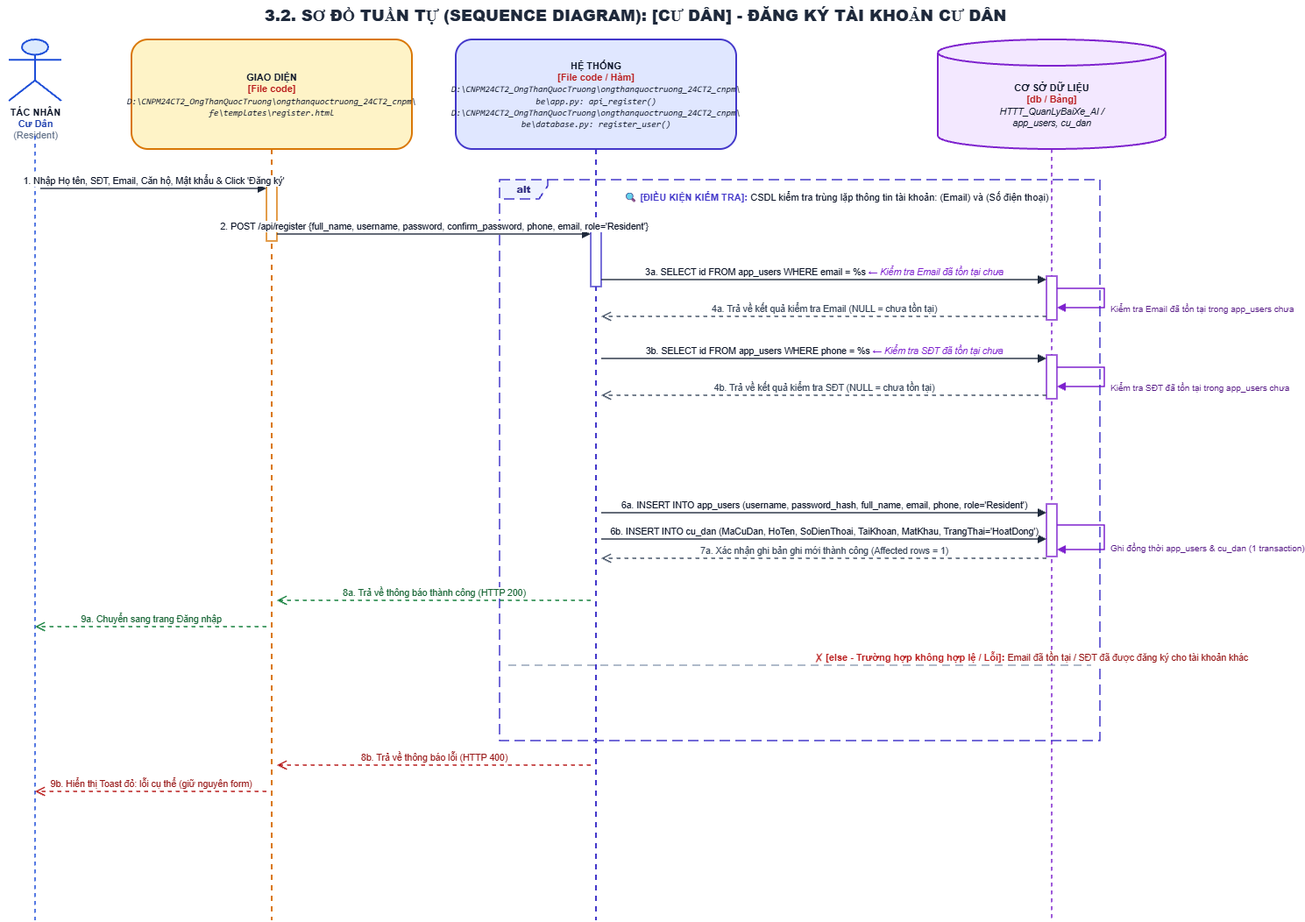
Above: ongthanquoctruong_24CT2_cnpm/docs/Tuần Tự/chức năng đăng ký người dùng.drawio.png in Truong027/CNPM24 (draw.io), before the change. Source tidied: cells renumbered, new cells last; positions are measured from the earlier drawing's top-left corner, leaving out a move shared by most shapes.
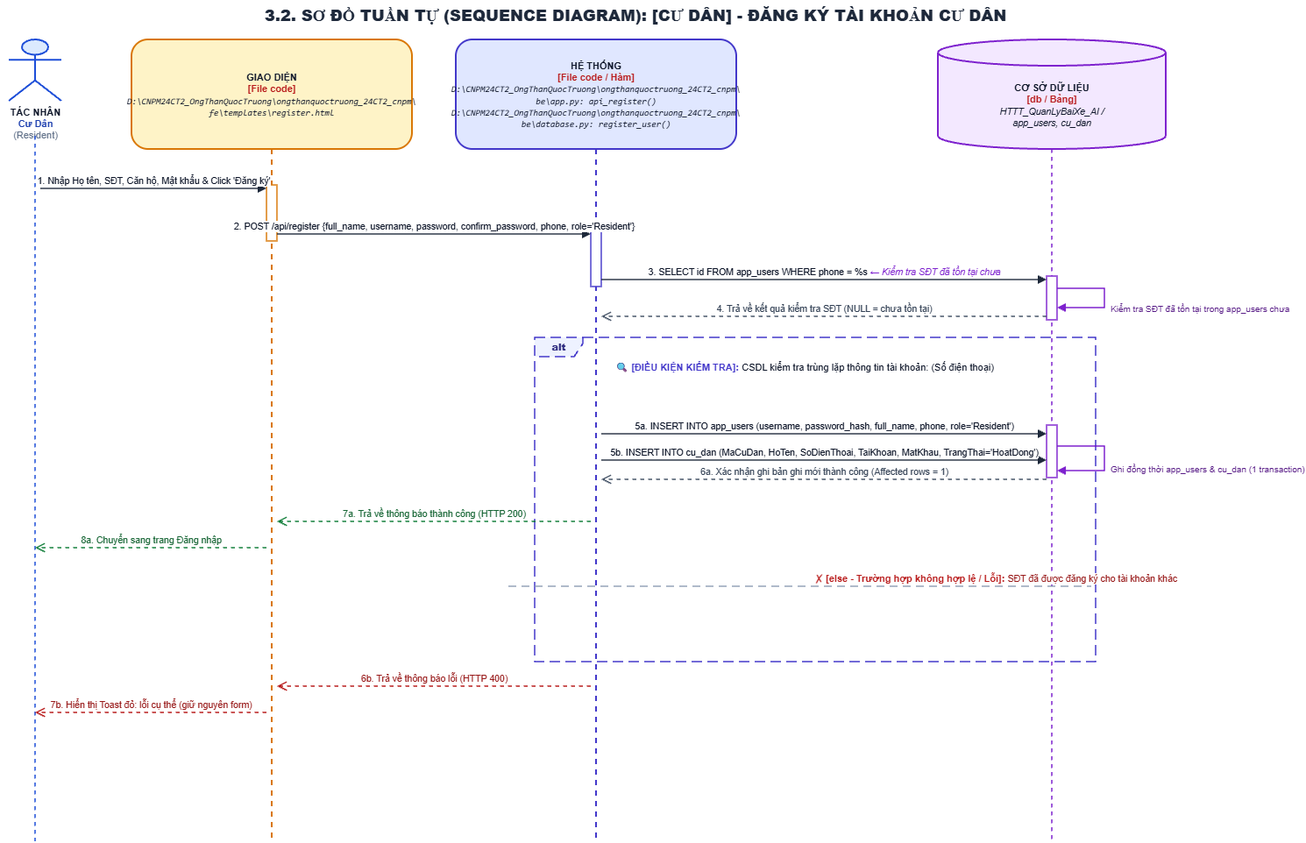
After the commit.

Change to the diagram source:
```diff
@@ -11,25 +11,25 @@
     <mxCell id="4" style="endArrow=none;dashed=1;html=1;strokeWidth=1.5;strokeColor=#1D4ED8;" parent="1" edge="1">
       <mxGeometry relative="1" as="geometry">
         <mxPoint x="40" y="155" as="sourcePoint" />
-        <mxPoint x="40" y="1050" as="targetPoint" />
+        <mxPoint x="40" y="960" as="targetPoint" />
       </mxGeometry>
     </mxCell>
     <mxCell id="5" value="&lt;b&gt;GIAO DIỆN&lt;/b&gt;&lt;br/&gt;&lt;font color='#B91C1C'&gt;&lt;b&gt;[File code]&lt;/b&gt;&lt;/font&gt;&lt;br/&gt;&lt;font style='font-size: 10px; font-family: Consolas, monospace;'&gt;&lt;i&gt;D:\CNPM24CT2_OngThanQuocTruong\ongthanquoctruong_24CT2_cnpm\&lt;br/&gt;fe\templates\register.html&lt;/i&gt;&lt;/font&gt;" style="shape=umlLifeline;perimeter=lifelinePerimeter;whiteSpace=wrap;html=1;size=125;fillColor=#FEF3C7;strokeColor=#D97706;strokeWidth=2;fontColor=#0F172A;rounded=1;shadow=0;fontSize=11;align=center;" parent="1" vertex="1">
-      <mxGeometry x="150" y="45" width="320" height="1005" as="geometry" />
+      <mxGeometry x="150" y="45" width="320" height="915" as="geometry" />
     </mxCell>
-    <mxCell id="6" value="9b. Hiển thị Toast đỏ: lỗi cụ thể (giữ nguyên form)" style="html=1;verticalAlign=bottom;endArrow=open;dashed=1;endSize=8;rounded=0;strokeColor=#B91C1C;strokeWidth=1.5;fontColor=#991B1B;fontSize=10.5;" parent="5" edge="1">
+    <mxCell id="6" value="7b. Hiển thị Toast đỏ: lỗi cụ thể (giữ nguyên form)" style="html=1;verticalAlign=bottom;endArrow=open;dashed=1;endSize=8;rounded=0;strokeColor=#B91C1C;strokeWidth=1.5;fontColor=#991B1B;fontSize=10.5;" parent="5" edge="1">
       <mxGeometry relative="1" as="geometry">
-        <mxPoint x="154" y="858" as="sourcePoint" />
-        <mxPoint x="-110" y="858" as="targetPoint" />
+        <mxPoint x="154" y="768" as="sourcePoint" />
+        <mxPoint x="-110" y="768" as="targetPoint" />
       </mxGeometry>
     </mxCell>
     <mxCell id="7" value="&lt;b&gt;HỆ THỐNG&lt;/b&gt;&lt;br/&gt;&lt;font color='#B91C1C'&gt;&lt;b&gt;[File code / Hàm]&lt;/b&gt;&lt;/font&gt;&lt;br/&gt;&lt;font style='font-size: 10px; font-family: Consolas, monospace;'&gt;&lt;i&gt;D:\CNPM24CT2_OngThanQuocTruong\ongthanquoctruong_24CT2_cnpm\&lt;br/&gt;be\app.py: api_register()&lt;br/&gt;D:\CNPM24CT2_OngThanQuocTruong\ongthanquoctruong_24CT2_cnpm\&lt;br/&gt;be\database.py: register_user()&lt;/i&gt;&lt;/font&gt;" style="shape=umlLifeline;perimeter=lifelinePerimeter;whiteSpace=wrap;html=1;size=125;fillColor=#E0E7FF;strokeColor=#4338CA;strokeWidth=2;fontColor=#0F172A;rounded=1;shadow=0;fontSize=11;align=center;" parent="1" vertex="1">
-      <mxGeometry x="520" y="45" width="320" height="1005" as="geometry" />
+      <mxGeometry x="520" y="45" width="320" height="915" as="geometry" />
     </mxCell>
-    <mxCell id="8" value="8b. Trả về thông báo lỗi (HTTP 400)" style="html=1;verticalAlign=bottom;endArrow=open;dashed=1;endSize=8;rounded=0;strokeColor=#B91C1C;strokeWidth=1.5;fontColor=#991B1B;fontSize=10.5;" parent="7" edge="1">
+    <mxCell id="8" value="6b. Trả về thông báo lỗi (HTTP 400)" style="html=1;verticalAlign=bottom;endArrow=open;dashed=1;endSize=8;rounded=0;strokeColor=#B91C1C;strokeWidth=1.5;fontColor=#991B1B;fontSize=10.5;" parent="7" edge="1">
       <mxGeometry relative="1" as="geometry">
-        <mxPoint x="154" y="828" as="sourcePoint" />
-        <mxPoint x="-204" y="828" as="targetPoint" />
+        <mxPoint x="154" y="738" as="sourcePoint" />
+        <mxPoint x="-204" y="738" as="targetPoint" />
       </mxGeometry>
     </mxCell>
     <mxCell id="9" value="&lt;b&gt;CƠ SỞ DỮ LIỆU&lt;/b&gt;&lt;br/&gt;&lt;font color='#B91C1C'&gt;&lt;b&gt;[db / Bảng]&lt;/b&gt;&lt;/font&gt;&lt;br/&gt;&lt;font style='font-size: 10.5px;'&gt;&lt;i&gt;HTTT_QuanLyBaiXe_AI /&lt;br/&gt;app_users, cu_dan&lt;/i&gt;&lt;/font&gt;" style="shape=cylinder3;whiteSpace=wrap;html=1;boundedLbl=1;backgroundOutline=1;size=15;fillColor=#F3E8FF;strokeColor=#7E22CE;strokeWidth=2;fontColor=#0F172A;align=center;fontSize=11;" parent="1" vertex="1">
@@ -38,19 +38,19 @@
     <mxCell id="10" style="endArrow=none;dashed=1;html=1;strokeWidth=1.5;strokeColor=#7E22CE;" parent="1" edge="1">
       <mxGeometry relative="1" as="geometry">
         <mxPoint x="1200" y="170" as="sourcePoint" />
-        <mxPoint x="1200" y="1050" as="targetPoint" />
+        <mxPoint x="1200" y="960" as="targetPoint" />
       </mxGeometry>
     </mxCell>
     <mxCell id="11" value="&lt;b&gt;alt&lt;/b&gt;" style="shape=umlFrame;whiteSpace=wrap;html=1;width=55;height=22;dashed=1;dashPattern=8 4;strokeColor=#4338CA;fillColor=#EEF2FF;strokeWidth=1.5;align=center;verticalAlign=middle;fontStyle=1;fontSize=11;fontColor=#312E81;" parent="1" vertex="1">
-      <mxGeometry x="570" y="205" width="685" height="640" as="geometry" />
+      <mxGeometry x="610" y="385" width="640" height="370" as="geometry" />
     </mxCell>
-    <mxCell id="12" value="&lt;b&gt;&lt;font color='#4338CA' style='font-size: 11px;'&gt;🔍 [ĐIỀU KIỆN KIỂM TRA]:&lt;/font&gt;&lt;/b&gt; &lt;font color='#0F172A' style='font-size: 11px;'&gt;CSDL kiểm tra trùng lặp thông tin tài khoản: (Email) và (Số điện thoại)&lt;/font&gt;" style="text;html=1;strokeColor=none;fillColor=none;align=left;verticalAlign=top;whiteSpace=wrap;rounded=0;" parent="1" vertex="1">
-      <mxGeometry x="710" y="211" width="540" height="24" as="geometry" />
+    <mxCell id="12" value="&lt;b&gt;&lt;font color='#4338CA' style='font-size: 11px;'&gt;🔍 [ĐIỀU KIỆN KIỂM TRA]:&lt;/font&gt;&lt;/b&gt; &lt;font color='#0F172A' style='font-size: 11px;'&gt;CSDL kiểm tra trùng lặp thông tin tài khoản: (Số điện thoại)&lt;/font&gt;" style="text;html=1;strokeColor=none;fillColor=none;align=left;verticalAlign=top;whiteSpace=wrap;rounded=0;" parent="1" vertex="1">
+      <mxGeometry x="700" y="405" width="540" height="24" as="geometry" />
     </mxCell>
-    <mxCell id="13" value="&lt;b&gt;&lt;font color='#B91C1C' style='font-size: 11px;'&gt;✗ [else - Trường hợp không hợp lệ / Lỗi]:&lt;/font&gt;&lt;/b&gt; &lt;font color='#991B1B' style='font-size: 10.5px;'&gt;Email đã tồn tại / SĐT đã được đăng ký cho tài khoản khác&lt;/font&gt;" style="html=1;strokeWidth=1.5;strokeColor=#94A3B8;dashed=1;dashPattern=6 4;endArrow=none;align=left;verticalAlign=bottom;spacingLeft=15;" parent="1" edge="1">
+    <mxCell id="13" value="&lt;b&gt;&lt;font color='#B91C1C' style='font-size: 11px;'&gt;✗ [else - Trường hợp không hợp lệ / Lỗi]:&lt;/font&gt;&lt;/b&gt; &lt;font color='#991B1B' style='font-size: 10.5px;'&gt;SĐT đã được đăng ký cho tài khoản khác&lt;/font&gt;" style="html=1;strokeWidth=1.5;strokeColor=#94A3B8;dashed=1;dashPattern=6 4;endArrow=none;align=left;verticalAlign=bottom;spacingLeft=15;" parent="1" edge="1">
       <mxGeometry relative="1" as="geometry">
-        <mxPoint x="580" y="759" as="sourcePoint" />
-        <mxPoint x="1245" y="759" as="targetPoint" />
+        <mxPoint x="580" y="669" as="sourcePoint" />
+        <mxPoint x="1245" y="669" as="targetPoint" />
       </mxGeometry>
     </mxCell>
     <mxCell id="14" style="html=1;perimeter=orthogonalPerimeter;targetShapes=umlLifeline;topToBottom=1;fillColor=#FFFFFF;strokeColor=#D97706;strokeWidth=1.5;rounded=0;" parent="1" vertex="1">
@@ -59,110 +59,85 @@
     <mxCell id="15" style="html=1;perimeter=orthogonalPerimeter;targetShapes=umlLifeline;topToBottom=1;fillColor=#FFFFFF;strokeColor=#4338CA;strokeWidth=1.5;rounded=0;" parent="1" vertex="1">
       <mxGeometry x="674" y="263" width="12" height="64" as="geometry" />
     </mxCell>
-    <mxCell id="16" style="html=1;perimeter=orthogonalPerimeter;targetShapes=umlLifeline;topToBottom=1;fillColor=#FFFFFF;strokeColor=#7E22CE;strokeWidth=1.5;rounded=0;" parent="1" vertex="1">
-      <mxGeometry x="1194" y="315" width="12" height="50" as="geometry" />
-    </mxCell>
-    <mxCell id="17" value="Kiểm tra Email đã tồn tại trong app_users chưa" style="html=1;align=left;spacingLeft=5;verticalAlign=top;endArrow=block;rounded=0;edgeStyle=orthogonalEdgeStyle;curved=0;strokeColor=#7E22CE;strokeWidth=1.5;fontColor=#581C87;fontSize=10;exitX=1;exitY=0.3;exitDx=0;exitDy=0;entryX=1;entryY=0.7;entryDx=0;entryDy=0;" parent="1" edge="1">
-      <mxGeometry relative="1" as="geometry">
-        <mxPoint x="1206" y="329" as="sourcePoint" />
-        <mxPoint x="1206" y="351" as="targetPoint" />
-        <Array as="points">
-          <mxPoint x="1260" y="329" />
-          <mxPoint x="1260" y="351" />
-        </Array>
-      </mxGeometry>
-    </mxCell>
     <mxCell id="18" style="html=1;perimeter=orthogonalPerimeter;targetShapes=umlLifeline;topToBottom=1;fillColor=#FFFFFF;strokeColor=#7E22CE;strokeWidth=1.5;rounded=0;" parent="1" vertex="1">
-      <mxGeometry x="1194" y="405" width="12" height="50" as="geometry" />
+      <mxGeometry x="1194" y="315" width="12" height="50" as="geometry" />
     </mxCell>
     <mxCell id="19" value="Kiểm tra SĐT đã tồn tại trong app_users chưa" style="html=1;align=left;spacingLeft=5;verticalAlign=top;endArrow=block;rounded=0;edgeStyle=orthogonalEdgeStyle;curved=0;strokeColor=#7E22CE;strokeWidth=1.5;fontColor=#581C87;fontSize=10;exitX=1;exitY=0.3;exitDx=0;exitDy=0;entryX=1;entryY=0.7;entryDx=0;entryDy=0;" parent="1" edge="1">
       <mxGeometry relative="1" as="geometry">
-        <mxPoint x="1206" y="419" as="sourcePoint" />
-        <mxPoint x="1206" y="441" as="targetPoint" />
+        <mxPoint x="1206" y="329" as="sourcePoint" />
+        <mxPoint x="1206" y="351" as="targetPoint" />
         <Array as="points">
-          <mxPoint x="1260" y="419" />
-          <mxPoint x="1260" y="441" />
+          <mxPoint x="1260" y="329" />
+          <mxPoint x="1260" y="351" />
         </Array>
       </mxGeometry>
     </mxCell>
     <mxCell id="20" style="html=1;perimeter=orthogonalPerimeter;targetShapes=umlLifeline;topToBottom=1;fillColor=#FFFFFF;strokeColor=#7E22CE;strokeWidth=1.5;rounded=0;" parent="1" vertex="1">
-      <mxGeometry x="1194" y="575" width="12" height="60" as="geometry" />
+      <mxGeometry x="1194" y="485" width="12" height="60" as="geometry" />
     </mxCell>
     <mxCell id="21" value="Ghi đồng thời app_users &amp; cu_dan (1 transaction)" style="html=1;align=left;spacingLeft=5;verticalAlign=top;endArrow=block;rounded=0;edgeStyle=orthogonalEdgeStyle;curved=0;strokeColor=#7E22CE;strokeWidth=1.5;fontColor=#581C87;fontSize=10;exitX=1;exitY=0.3;exitDx=0;exitDy=0;entryX=1;entryY=0.7;entryDx=0;entryDy=0;" parent="1" edge="1">
       <mxGeometry relative="1" as="geometry">
-        <mxPoint x="1206" y="599" as="sourcePoint" />
-        <mxPoint x="1206" y="627" as="targetPoint" />
+        <mxPoint x="1206" y="509" as="sourcePoint" />
+        <mxPoint x="1206" y="537" as="targetPoint" />
         <Array as="points">
-          <mxPoint x="1260" y="599" />
-          <mxPoint x="1260" y="627" />
+          <mxPoint x="1260" y="509" />
+          <mxPoint x="1260" y="537" />
         </Array>
       </mxGeometry>
     </mxCell>
-    <mxCell id="22" value="1. Nhập Họ tên, SĐT, Email, Căn hộ, Mật khẩu &amp; Click 'Đăng ký'" style="html=1;verticalAlign=bottom;endArrow=block;rounded=0;strokeColor=#1E293B;strokeWidth=1.5;fontColor=#0F172A;fontSize=10.5;" parent="1" edge="1">
+    <mxCell id="22" value="1. Nhập Họ tên, SĐT, Căn hộ, Mật khẩu &amp; Click 'Đăng ký'" style="html=1;verticalAlign=bottom;endArrow=block;rounded=0;strokeColor=#1E293B;strokeWidth=1.5;fontColor=#0F172A;fontSize=10.5;" parent="1" edge="1">
       <mxGeometry relative="1" as="geometry">
         <mxPoint x="46" y="215" as="sourcePoint" />
         <mxPoint x="304" y="215" as="targetPoint" />
       </mxGeometry>
     </mxCell>
-    <mxCell id="23" value="2. POST /api/register  {full_name, username, password, confirm_password, phone, email, role='Resident'}" style="html=1;verticalAlign=bottom;endArrow=block;rounded=0;strokeColor=#1E293B;strokeWidth=1.5;fontColor=#0F172A;fontSize=10.5;" parent="1" edge="1">
+    <mxCell id="23" value="2. POST /api/register  {full_name, username, password, confirm_password, phone, role='Resident'}" style="html=1;verticalAlign=bottom;endArrow=block;rounded=0;strokeColor=#1E293B;strokeWidth=1.5;fontColor=#0F172A;fontSize=10.5;" parent="1" edge="1">
       <mxGeometry relative="1" as="geometry">
         <mxPoint x="316" y="267" as="sourcePoint" />
         <mxPoint x="674" y="267" as="targetPoint" />
       </mxGeometry>
     </mxCell>
-    <mxCell id="24" value="3a. SELECT id FROM app_users WHERE email = %s  &lt;font color='#7E22CE'&gt;&lt;i&gt;← Kiểm tra Email đã tồn tại chưa&lt;/i&gt;&lt;/font&gt;" style="html=1;verticalAlign=bottom;endArrow=block;rounded=0;strokeColor=#1E293B;strokeWidth=1.5;fontColor=#0F172A;fontSize=10.5;" parent="1" edge="1">
-      <mxGeometry relative="1" as="geometry">
-        <mxPoint x="686" y="319" as="sourcePoint" />
-        <mxPoint x="1194" y="319" as="targetPoint" />
-      </mxGeometry>
-    </mxCell>
-    <mxCell id="25" value="4a. Trả về kết quả kiểm tra Email (NULL = chưa tồn tại)" style="html=1;verticalAlign=bottom;endArrow=open;dashed=1;endSize=8;rounded=0;strokeColor=#475569;strokeWidth=1.5;fontColor=#334155;fontSize=10.5;" parent="1" edge="1">
-      <mxGeometry relative="1" as="geometry">
-        <mxPoint x="1194" y="361" as="sourcePoint" />
-        <mxPoint x="686" y="361" as="targetPoint" />
-      </mxGeometry>
-    </mxCell>
-    <mxCell id="26" value="3b. SELECT id FROM app_users WHERE phone = %s  &lt;font color='#7E22CE'&gt;&lt;i&gt;← Kiểm tra SĐT đã tồn tại chưa&lt;/i&gt;&lt;/font&gt;" style="html=1;verticalAlign=bottom;endArrow=block;rounded=0;strokeColor=#1E293B;strokeWidth=1.5;fontColor=#0F172A;fontSize=10.5;" parent="1" edge="1">
-      <mxGeometry relative="1" as="geometry">
-        <mxPoint x="686" y="409" as="sourcePoint" />
-        <mxPoint x="1194" y="409" as="targetPoint" />
-      </mxGeometry>
-    </mxCell>
-    <mxCell id="27" value="4b. Trả về kết quả kiểm tra SĐT (NULL = chưa tồn tại)" style="html=1;verticalAlign=bottom;endArrow=open;dashed=1;endSize=8;rounded=0;strokeColor=#475569;strokeWidth=1.5;fontColor=#334155;fontSize=10.5;" parent="1" edge="1">
-      <mxGeometry relative="1" as="geometry">
-        <mxPoint x="1194" y="451" as="sourcePoint" />
-        <mxPoint x="686" y="451" as="targetPoint" />
-      </mxGeometry>
-    </mxCell>
+    <mxCell id="33" value="3. SELECT id FROM app_users WHERE phone = %s  &lt;font color='#7E22CE'&gt;&lt;i&gt;← Kiểm tra SĐT đã tồn tại chưa&lt;/i&gt;&lt;/font&gt;" style="html=1;verticalAlign=bottom;endArrow=block;rounded=0;strokeColor=#1E293B;strokeWidth=1.5;fontColor=#0F172A;fontSize=10.5;" parent="1" edge="1">
+      <mxGeometry relative="1" as="geometry">
+        <mxPoint x="686" y="319" as="sourcePoint" />
+        <mxPoint x="1194" y="319" as="targetPoint" />
+      </mxGeometry>
+    </mxCell>
+    <mxCell id="34" value="4. Trả về kết quả kiểm tra SĐT (NULL = chưa tồn tại)" style="html=1;verticalAlign=bottom;endArrow=open;dashed=1;endSize=8;rounded=0;strokeColor=#475569;strokeWidth=1.5;fontColor=#334155;fontSize=10.5;" parent="1" edge="1">
+      <mxGeometry relative="1" as="geometry">
+        <mxPoint x="1194" y="361" as="sourcePoint" />
+        <mxPoint x="686" y="361" as="targetPoint" />
+      </mxGeometry>
+    </mxCell>
+    <mxCell id="35" value="5a. INSERT INTO app_users (username, password_hash, full_name, phone, role='Resident')" style="html=1;verticalAlign=bottom;endArrow=block;rounded=0;strokeColor=#1E293B;strokeWidth=1.5;fontColor=#0F172A;fontSize=10.5;" parent="1" edge="1">
+      <mxGeometry relative="1" as="geometry">
+        <mxPoint x="686" y="495" as="sourcePoint" />
+        <mxPoint x="1194" y="495" as="targetPoint" />
+      </mxGeometry>
+    </mxCell>
+    <mxCell id="36" value="5b. INSERT INTO cu_dan (MaCuDan, HoTen, SoDienThoai, TaiKhoan, MatKhau, TrangThai='HoatDong')" style="html=1;verticalAlign=bottom;endArrow=block;rounded=0;strokeColor=#1E293B;strokeWidth=1.5;fontColor=#0F172A;fontSize=10.5;" parent="1" edge="1">
+      <mxGeometry relative="1" as="geometry">
+        <mxPoint x="686" y="525" as="sourcePoint" />
+        <mxPoint x="1194" y="525" as="targetPoint" />
+      </mxGeometry>
+    </mxCell>
-    <mxCell id="28" value="6a. INSERT INTO app_users (username, password_hash, full_name, email, phone, role='Resident')" style="html=1;verticalAlign=bottom;endArrow=block;rounded=0;strokeColor=#1E293B;strokeWidth=1.5;fontColor=#0F172A;fontSize=10.5;" parent="1" edge="1">
+    <mxCell id="28" value="6a. Xác nhận ghi bản ghi mới thành công (Affected rows = 1)" style="html=1;verticalAlign=bottom;endArrow=open;dashed=1;endSize=8;rounded=0;strokeColor=#475569;strokeWidth=1.5;fontColor=#334155;fontSize=10.5;" parent="1" edge="1">
       <mxGeometry relative="1" as="geometry">
-        <mxPoint x="686" y="585" as="sourcePoint" />
-        <mxPoint x="1194" y="585" as="targetPoint" />
+        <mxPoint x="1194" y="547" as="sourcePoint" />
+        <mxPoint x="686" y="547" as="targetPoint" />
       </mxGeometry>
     </mxCell>
-    <mxCell id="29" value="6b. INSERT INTO cu_dan (MaCuDan, HoTen, SoDienThoai, TaiKhoan, MatKhau, TrangThai='HoatDong')" style="html=1;verticalAlign=bottom;endArrow=block;rounded=0;strokeColor=#1E293B;strokeWidth=1.5;fontColor=#0F172A;fontSize=10.5;" parent="1" edge="1">
-      <mxGeometry relative="1" as="geometry">
-        <mxPoint x="686" y="615" as="sourcePoint" />
-        <mxPoint x="1194" y="615" as="targetPoint" />
-      </mxGeometry>
-    </mxCell>
-    <mxCell id="30" value="7a. Xác nhận ghi bản ghi mới thành công (Affected rows = 1)" style="html=1;verticalAlign=bottom;endArrow=open;dashed=1;endSize=8;rounded=0;strokeColor=#475569;strokeWidth=1.5;fontColor=#334155;fontSize=10.5;" parent="1" edge="1">
+    <mxCell id="30" value="7a. Trả về thông báo thành công (HTTP 200)" style="html=1;verticalAlign=bottom;endArrow=open;dashed=1;endSize=8;rounded=0;strokeColor=#15803D;strokeWidth=1.5;fontColor=#166534;fontSize=10.5;" parent="1" edge="1">
       <mxGeometry relative="1" as="geometry">
-        <mxPoint x="1194" y="637" as="sourcePoint" />
-        <mxPoint x="686" y="637" as="targetPoint" />
+        <mxPoint x="674" y="595" as="sourcePoint" />
+        <mxPoint x="316" y="595" as="targetPoint" />
       </mxGeometry>
     </mxCell>
-    <mxCell id="31" value="8a. Trả về thông báo thành công (HTTP 200)" style="html=1;verticalAlign=bottom;endArrow=open;dashed=1;endSize=8;rounded=0;strokeColor=#15803D;strokeWidth=1.5;fontColor=#166534;fontSize=10.5;" parent="1" edge="1">
+    <mxCell id="31" value="8a. Chuyển sang trang Đăng nhập" style="html=1;verticalAlign=bottom;endArrow=open;dashed=1;endSize=8;rounded=0;strokeColor=#15803D;strokeWidth=1.5;fontColor=#166534;fontSize=10.5;" parent="1" edge="1">
       <mxGeometry relative="1" as="geometry">
-        <mxPoint x="674" y="685" as="sourcePoint" />
-        <mxPoint x="316" y="685" as="targetPoint" />
+        <mxPoint x="304" y="625" as="sourcePoint" />
+        <mxPoint x="40" y="625" as="targetPoint" />
       </mxGeometry>
     </mxCell>
-    <mxCell id="32" value="9a. Chuyển sang trang Đăng nhập" style="html=1;verticalAlign=bottom;endArrow=open;dashed=1;endSize=8;rounded=0;strokeColor=#15803D;strokeWidth=1.5;fontColor=#166534;fontSize=10.5;" parent="1" edge="1">
-      <mxGeometry relative="1" as="geometry">
-        <mxPoint x="304" y="715" as="sourcePoint" />
-        <mxPoint x="40" y="715" as="targetPoint" />
-      </mxGeometry>
-    </mxCell>
   </root>
 </mxGraphModel>
```
